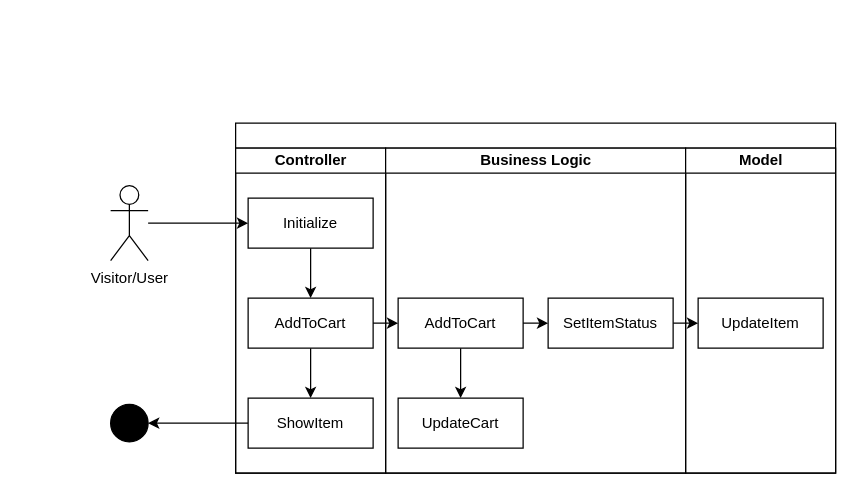
This is diagrams/ASD/AddToShoppingcart.drawio from JochemGrootherder/educom-webshop-runtime-records, a draw.io file, before an edit. Source tidied: cells renumbered, new cells numbered last; positions are measured from the earlier drawing's top-left corner, leaving out a move shared by most shapes. Both pictures are drawn from the tidied source at 125%, with x=0, y=0 at pixel (110, 122).
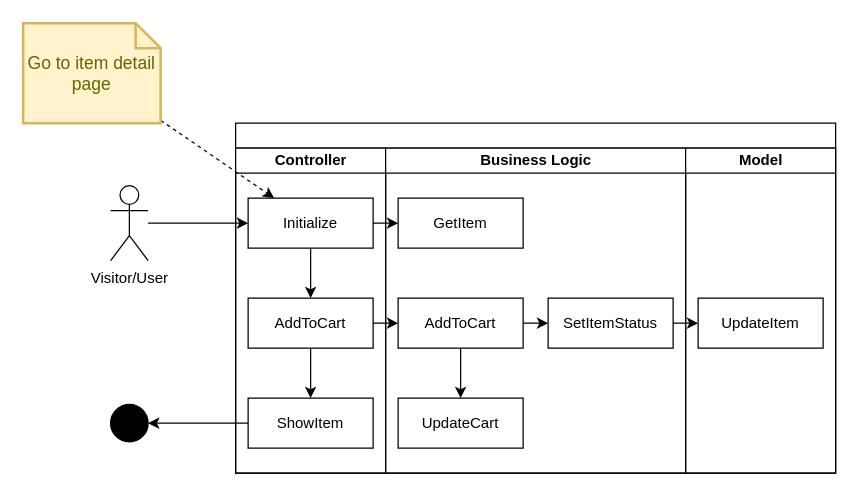
After the change.

The change refers to these unchanged cells:
```xml
<mxCell id="2" style="swimlane;startSize=20;html=1;" parent="1" vertex="1">
  <mxGeometry x="100" width="480" height="280" as="geometry" />
</mxCell>
<mxCell id="5" value="Initialize" style="rounded=0;whiteSpace=wrap;html=1;" parent="3" vertex="1">
  <mxGeometry x="10" y="40" width="100" height="40" as="geometry" />
</mxCell>
<mxCell id="9" value="Business Logic" style="swimlane;startSize=20;html=1;" parent="2" vertex="1">
  <mxGeometry x="120" y="20" width="240" height="260" as="geometry" />
</mxCell>
```

Diff of the diagram source:
```diff
@@
+    <mxCell id="23" value="GetItem" style="rounded=0;whiteSpace=wrap;html=1;" parent="9" vertex="1">
+      <mxGeometry x="10" y="40" width="100" height="40" as="geometry" />
+    </mxCell>
@@
+    <mxCell id="24" style="edgeStyle=none;html=1;" parent="2" edge="1" source="5" target="23">
+      <mxGeometry relative="1" as="geometry" />
+    </mxCell>
@@
+    <mxCell id="25" style="edgeStyle=none;html=1;dashed=1;" parent="1" edge="1" source="26" target="5">
+      <mxGeometry relative="1" as="geometry" />
+    </mxCell>
+    <mxCell id="26" value="Go to item detail page" style="shape=note;strokeWidth=2;fontSize=14;size=20;whiteSpace=wrap;html=1;fillColor=#fff2cc;strokeColor=#d6b656;fontColor=#666600;" parent="1" vertex="1">
+      <mxGeometry x="-70" y="-80" width="110" height="80" as="geometry" />
+    </mxCell>
```
